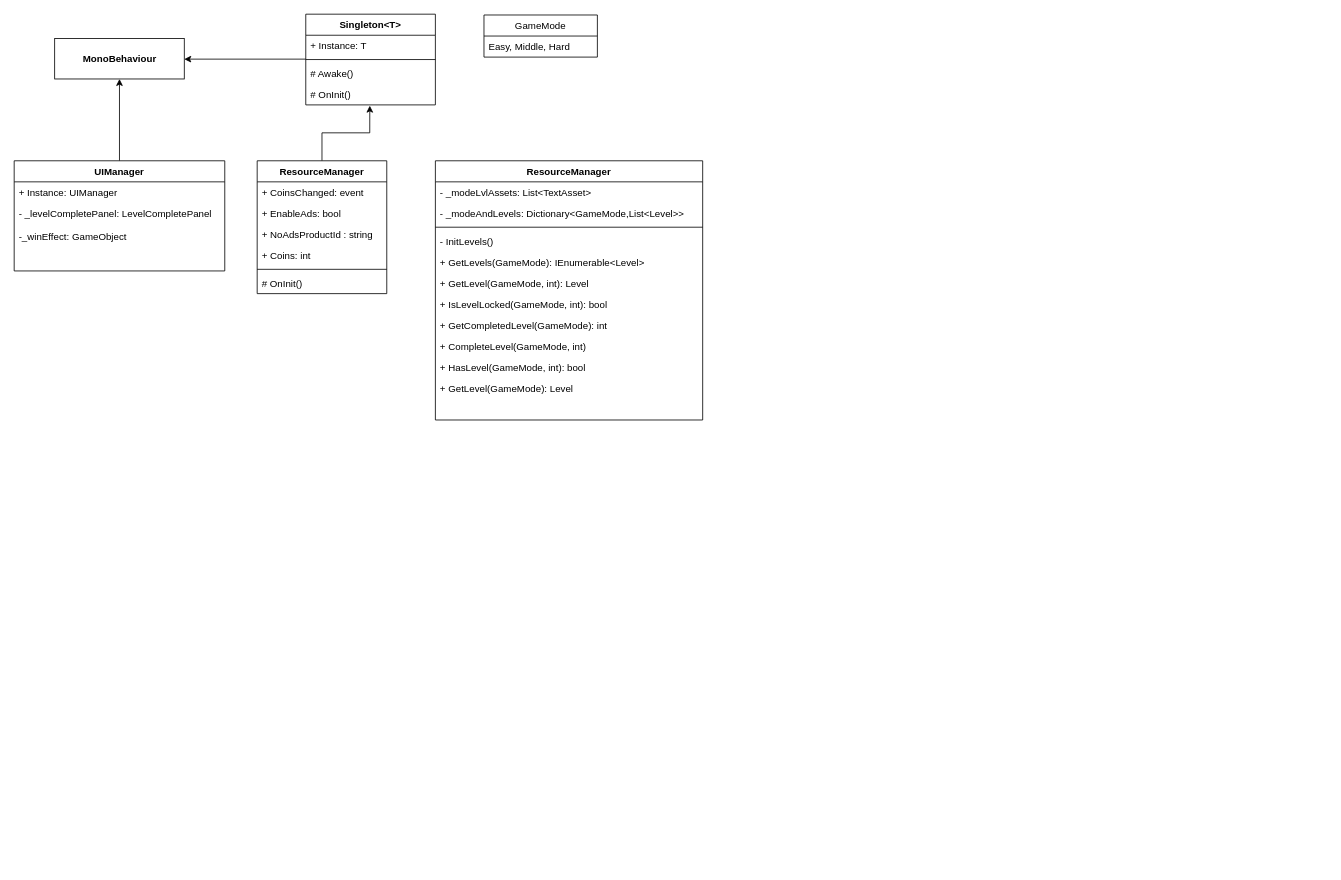
This is page "Water Sort Puzzle" (1 of 2) of Water Sort Puzzle.drawio from cjinle/mynote, a draw.io file, before an edit. Source tidied: cells renumbered, new cells numbered last; positions are measured from the earlier drawing's top-left corner, leaving out a move shared by most shapes. Both pictures are drawn from the tidied source at 81%, with x=0, y=0 at pixel (14, 14).
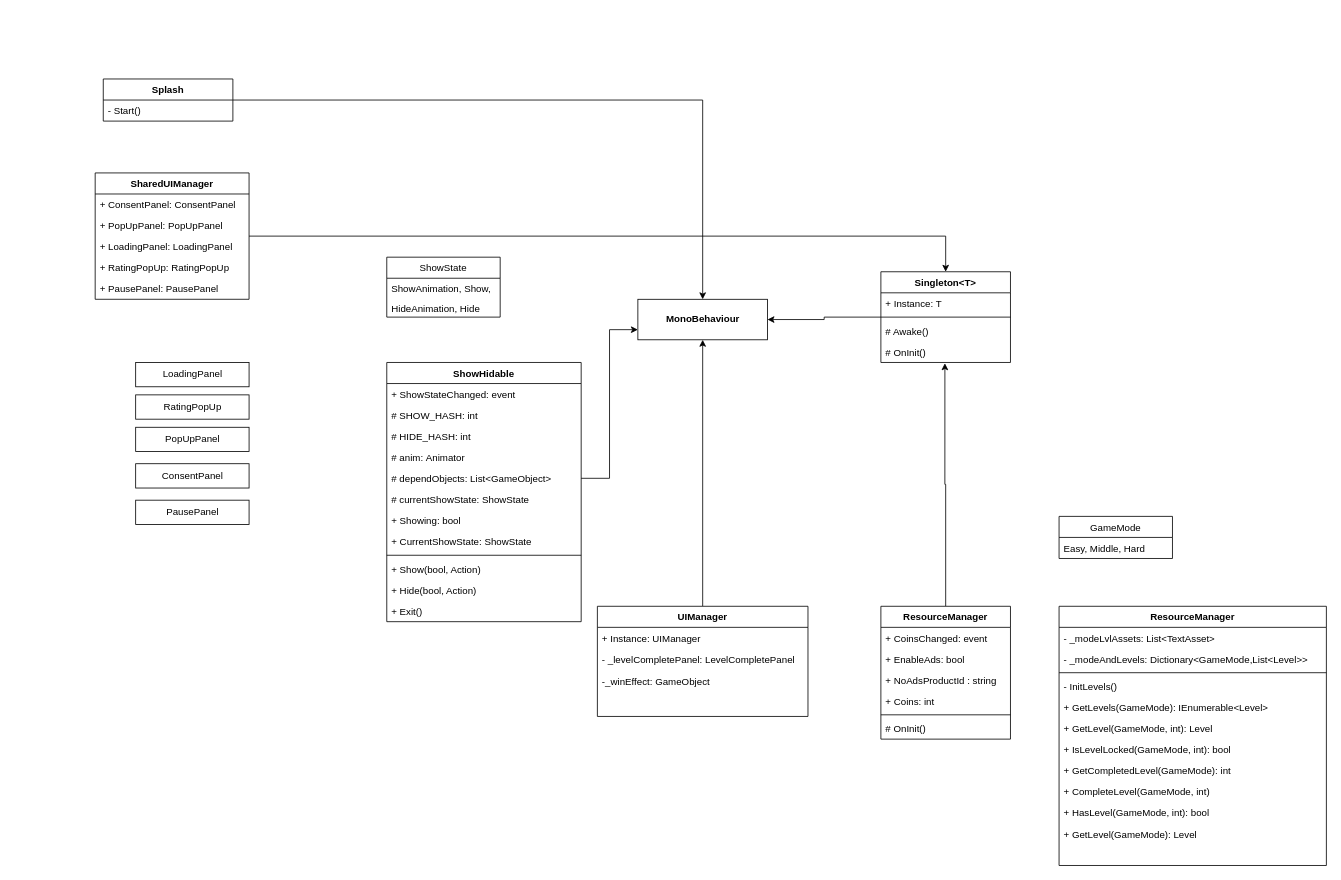
The same page after the edit.

What changed in the source:
```diff
@@
     <mxCell id="3" value="UIManager" style="swimlane;fontStyle=1;align=center;verticalAlign=top;horizontal=1;startSize=26;rounded=0;shadow=0;strokeWidth=1;" parent="1" vertex="1">
-      <mxGeometry y="181" width="260" height="136" as="geometry" />
+      <mxGeometry x="720" y="731" width="260" height="136" as="geometry" />
     </mxCell>
@@
-    <mxCell id="8" style="edgeStyle=orthogonalEdgeStyle;rounded=0;jettySize=auto;html=1;entryX=1;entryY=0.5;entryDx=0;entryDy=0;" parent="1" edge="1" source="9">
-      <mxGeometry relative="1" as="geometry">
-        <mxPoint x="210" y="55.5" as="targetPoint" />
-      </mxGeometry>
+    <mxCell id="8" style="edgeStyle=orthogonalEdgeStyle;rounded=0;jettySize=auto;html=1;entryX=1;entryY=0.5;entryDx=0;entryDy=0;" parent="1" edge="1" source="9" target="37">
+      <mxGeometry relative="1" as="geometry" />
     </mxCell>
     <mxCell id="9" value="Singleton&lt;T&gt;" style="swimlane;fontStyle=1;align=center;verticalAlign=top;horizontal=1;startSize=26;" parent="1" vertex="1">
-      <mxGeometry x="360" width="160" height="112" as="geometry" />
+      <mxGeometry x="1070" y="318" width="160" height="112" as="geometry" />
     </mxCell>
@@
     <mxCell id="15" value="ResourceManager" style="swimlane;fontStyle=1;align=center;verticalAlign=top;horizontal=1;startSize=26;strokeColor=default;" parent="1" vertex="1">
-      <mxGeometry x="300" y="181" width="160" height="164" as="geometry" />
+      <mxGeometry x="1070" y="731" width="160" height="164" as="geometry" />
     </mxCell>
@@
     <mxCell id="22" value="ResourceManager" style="swimlane;fontStyle=1;align=center;verticalAlign=top;horizontal=1;startSize=26;strokeColor=default;" parent="1" vertex="1">
-      <mxGeometry x="520" y="181" width="330" height="320" as="geometry" />
+      <mxGeometry x="1290" y="731" width="330" height="320" as="geometry" />
     </mxCell>
@@
     <mxCell id="35" value="GameMode" style="swimlane;fontStyle=0;horizontal=1;startSize=26;fillColor=none;strokeColor=default;" parent="1" vertex="1">
-      <mxGeometry x="580" y="1" width="140" height="52" as="geometry" />
+      <mxGeometry x="1290" y="620" width="140" height="52" as="geometry" />
     </mxCell>
@@
     <mxCell id="37" value="&lt;span style=&quot;font-weight: 700;&quot;&gt;MonoBehaviour&lt;/span&gt;" style="html=1;strokeColor=default;" parent="1" vertex="1">
-      <mxGeometry x="50" y="30" width="160" height="50" as="geometry" />
+      <mxGeometry x="770" y="352" width="160" height="50" as="geometry" />
     </mxCell>
+    <mxCell id="38" style="edgeStyle=orthogonalEdgeStyle;rounded=0;jettySize=auto;html=1;entryX=0.5;entryY=0;entryDx=0;entryDy=0;" parent="1" edge="1" source="39" target="37">
+      <mxGeometry relative="1" as="geometry" />
+    </mxCell>
+    <mxCell id="39" value="Splash" style="swimlane;fontStyle=1;align=center;verticalAlign=top;horizontal=1;startSize=26;strokeColor=default;" parent="1" vertex="1">
+      <mxGeometry x="110" y="80" width="160" height="52" as="geometry" />
+    </mxCell>
+    <mxCell id="40" value="- Start()" style="text;strokeColor=none;fillColor=none;align=left;verticalAlign=top;spacingLeft=4;spacingRight=4;overflow=hidden;" parent="39" vertex="1">
+      <mxGeometry y="26" width="160" height="26" as="geometry" />
+    </mxCell>
+    <mxCell id="41" style="edgeStyle=orthogonalEdgeStyle;rounded=0;jettySize=auto;html=1;entryX=0.5;entryY=0;entryDx=0;entryDy=0;" parent="1" edge="1" source="42" target="9">
+      <mxGeometry relative="1" as="geometry" />
+    </mxCell>
+    <mxCell id="42" value="SharedUIManager" style="swimlane;fontStyle=1;horizontal=1;startSize=26;fillColor=none;strokeColor=default;" parent="1" vertex="1">
+      <mxGeometry x="100" y="196" width="190" height="156" as="geometry" />
+    </mxCell>
+    <mxCell id="43" value="+ ConsentPanel: ConsentPanel" style="text;strokeColor=none;fillColor=none;align=left;verticalAlign=top;spacingLeft=4;spacingRight=4;overflow=hidden;" parent="42" vertex="1">
+      <mxGeometry y="26" width="190" height="26" as="geometry" />
+    </mxCell>
+    <mxCell id="44" value="+ PopUpPanel: PopUpPanel" style="text;strokeColor=none;fillColor=none;align=left;verticalAlign=top;spacingLeft=4;spacingRight=4;overflow=hidden;" parent="42" vertex="1">
+      <mxGeometry y="52" width="190" height="26" as="geometry" />
+    </mxCell>
+    <mxCell id="45" value="+ LoadingPanel: LoadingPanel" style="text;strokeColor=none;fillColor=none;align=left;verticalAlign=top;spacingLeft=4;spacingRight=4;overflow=hidden;" parent="42" vertex="1">
+      <mxGeometry y="78" width="190" height="26" as="geometry" />
+    </mxCell>
+    <mxCell id="46" value="+ RatingPopUp: RatingPopUp" style="text;strokeColor=none;fillColor=none;align=left;verticalAlign=top;spacingLeft=4;spacingRight=4;overflow=hidden;" parent="42" vertex="1">
+      <mxGeometry y="104" width="190" height="26" as="geometry" />
+    </mxCell>
+    <mxCell id="47" value="+ PausePanel: PausePanel" style="text;strokeColor=none;fillColor=none;align=left;verticalAlign=top;spacingLeft=4;spacingRight=4;overflow=hidden;" parent="42" vertex="1">
+      <mxGeometry y="130" width="190" height="26" as="geometry" />
+    </mxCell>
+    <mxCell id="48" value="ShowHidable" style="swimlane;fontStyle=1;align=center;verticalAlign=top;horizontal=1;startSize=26;strokeColor=default;" parent="1" vertex="1">
+      <mxGeometry x="460" y="430" width="240" height="320" as="geometry" />
+    </mxCell>
+    <mxCell id="49" value="+ ShowStateChanged: event" style="text;strokeColor=none;fillColor=none;align=left;verticalAlign=top;spacingLeft=4;spacingRight=4;overflow=hidden;" parent="48" vertex="1">
+      <mxGeometry y="26" width="240" height="26" as="geometry" />
+    </mxCell>
+    <mxCell id="50" value="# SHOW_HASH: int" style="text;strokeColor=none;fillColor=none;align=left;verticalAlign=top;spacingLeft=4;spacingRight=4;overflow=hidden;" parent="48" vertex="1">
+      <mxGeometry y="52" width="240" height="26" as="geometry" />
+    </mxCell>
+    <mxCell id="51" value="# HIDE_HASH: int" style="text;strokeColor=none;fillColor=none;align=left;verticalAlign=top;spacingLeft=4;spacingRight=4;overflow=hidden;" parent="48" vertex="1">
+      <mxGeometry y="78" width="240" height="26" as="geometry" />
+    </mxCell>
+    <mxCell id="52" value="# anim: Animator" style="text;strokeColor=none;fillColor=none;align=left;verticalAlign=top;spacingLeft=4;spacingRight=4;overflow=hidden;" parent="48" vertex="1">
+      <mxGeometry y="104" width="240" height="26" as="geometry" />
+    </mxCell>
+    <mxCell id="53" value="# dependObjects: List&lt;GameObject&gt;" style="text;strokeColor=none;fillColor=none;align=left;verticalAlign=top;spacingLeft=4;spacingRight=4;overflow=hidden;points=[[0,0.5],[1,0.5]];portConstraint=eastwest;" parent="48" vertex="1">
+      <mxGeometry y="130" width="240" height="26" as="geometry" />
+    </mxCell>
+    <mxCell id="54" value="# currentShowState: ShowState" style="text;strokeColor=none;fillColor=none;align=left;verticalAlign=top;spacingLeft=4;spacingRight=4;overflow=hidden;" parent="48" vertex="1">
+      <mxGeometry y="156" width="240" height="26" as="geometry" />
+    </mxCell>
+    <mxCell id="55" value="+ Showing: bool" style="text;strokeColor=none;fillColor=none;align=left;verticalAlign=top;spacingLeft=4;spacingRight=4;overflow=hidden;" parent="48" vertex="1">
+      <mxGeometry y="182" width="240" height="26" as="geometry" />
+    </mxCell>
+    <mxCell id="56" value="+ CurrentShowState: ShowState" style="text;strokeColor=none;fillColor=none;align=left;verticalAlign=top;spacingLeft=4;spacingRight=4;overflow=hidden;" parent="48" vertex="1">
+      <mxGeometry y="208" width="240" height="26" as="geometry" />
+    </mxCell>
+    <mxCell id="57" style="line;strokeWidth=1;fillColor=none;align=left;verticalAlign=middle;spacingTop=-1;spacingLeft=3;spacingRight=3;labelPosition=right;" parent="48" vertex="1">
+      <mxGeometry y="234" width="240" height="8" as="geometry" />
+    </mxCell>
+    <mxCell id="58" value="+ Show(bool, Action)" style="text;strokeColor=none;fillColor=none;align=left;verticalAlign=top;spacingLeft=4;spacingRight=4;overflow=hidden;" parent="48" vertex="1">
+      <mxGeometry y="242" width="240" height="26" as="geometry" />
+    </mxCell>
+    <mxCell id="59" value="+ Hide(bool, Action)" style="text;strokeColor=none;fillColor=none;align=left;verticalAlign=top;spacingLeft=4;spacingRight=4;overflow=hidden;" parent="48" vertex="1">
+      <mxGeometry y="268" width="240" height="26" as="geometry" />
+    </mxCell>
+    <mxCell id="60" value="+ Exit()" style="text;strokeColor=none;fillColor=none;align=left;verticalAlign=top;spacingLeft=4;spacingRight=4;overflow=hidden;" parent="48" vertex="1">
+      <mxGeometry y="294" width="240" height="26" as="geometry" />
+    </mxCell>
+    <mxCell id="61" value="ShowState" style="swimlane;fontStyle=0;horizontal=1;startSize=26;fillColor=none;strokeColor=default;" parent="1" vertex="1">
+      <mxGeometry x="460" y="300" width="140" height="74" as="geometry" />
+    </mxCell>
+    <mxCell id="62" value="ShowAnimation, Show," style="text;strokeColor=none;fillColor=none;align=left;verticalAlign=top;spacingLeft=4;spacingRight=4;overflow=hidden;" parent="61" vertex="1">
+      <mxGeometry y="26" width="140" height="24" as="geometry" />
+    </mxCell>
+    <mxCell id="63" value="HideAnimation, Hide" style="text;strokeColor=none;fillColor=none;align=left;verticalAlign=top;spacingLeft=4;spacingRight=4;overflow=hidden;" parent="61" vertex="1">
+      <mxGeometry y="50" width="140" height="24" as="geometry" />
+    </mxCell>
+    <mxCell id="64" value="LoadingPanel" style="html=1;strokeColor=default;" parent="1" vertex="1">
+      <mxGeometry x="150" y="430" width="140" height="30" as="geometry" />
+    </mxCell>
+    <mxCell id="65" value="RatingPopUp" style="html=1;strokeColor=default;" parent="1" vertex="1">
+      <mxGeometry x="150" y="470" width="140" height="30" as="geometry" />
+    </mxCell>
+    <mxCell id="66" value="PopUpPanel" style="html=1;strokeColor=default;" parent="1" vertex="1">
+      <mxGeometry x="150" y="510" width="140" height="30" as="geometry" />
+    </mxCell>
+    <mxCell id="67" value="ConsentPanel" style="html=1;strokeColor=default;" parent="1" vertex="1">
+      <mxGeometry x="150" y="555" width="140" height="30" as="geometry" />
+    </mxCell>
+    <mxCell id="68" value="PausePanel" style="html=1;strokeColor=default;" parent="1" vertex="1">
+      <mxGeometry x="150" y="600" width="140" height="30" as="geometry" />
+    </mxCell>
+    <mxCell id="69" style="edgeStyle=orthogonalEdgeStyle;rounded=0;jettySize=auto;html=1;entryX=0;entryY=0.75;entryDx=0;entryDy=0;" parent="1" edge="1" source="53" target="37">
+      <mxGeometry relative="1" as="geometry" />
+    </mxCell>
```
